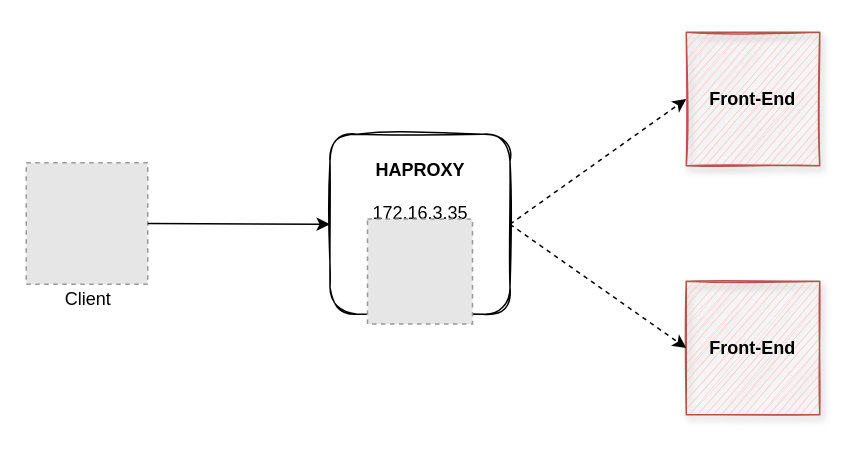
Before: Presentazione/Diagramma2.drawio in unipi-fr/CloudProgramming, a draw.io diagram. Source tidied: cells renumbered, new cells numbered last; positions are measured from the earlier drawing's top-left corner, leaving out a move shared by most shapes. Both pictures are drawn from the tidied source at 150%, with x=0, y=0 at pixel (26, 32). Pictures stored in the file or linked from it are replaced by grey dashed boxes.
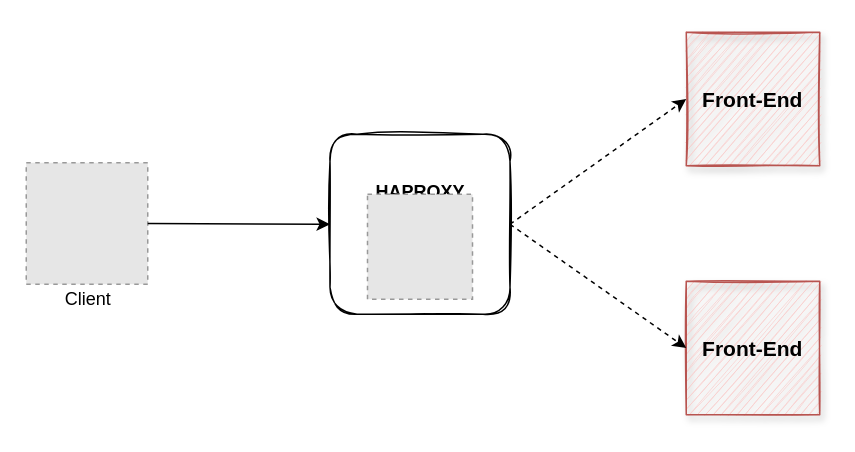
Above is the later version.

The edit, as a diff of the source:
```diff
@@
 <mxGraphModel>
   <root>
     <mxCell id="0" />
     <mxCell id="1" parent="0" />
-    <mxCell id="2" value="&lt;b&gt;HAPROXY&lt;/b&gt;&lt;br&gt;&lt;br&gt;172.16.3.35&lt;br&gt;&lt;br&gt;&lt;br&gt;&lt;br&gt;" style="whiteSpace=wrap;html=1;shadow=0;sketch=1;rounded=1;glass=0;comic=0;" parent="1" vertex="1">
+    <mxCell id="2" value="&lt;b&gt;HAPROXY&lt;br&gt;&lt;/b&gt;&lt;br&gt;&lt;br&gt;&lt;br&gt;" style="whiteSpace=wrap;html=1;shadow=0;sketch=1;rounded=1;glass=0;comic=0;" parent="1" vertex="1">
       <mxGeometry x="202.5" y="68" width="120" height="120" as="geometry" />
     </mxCell>
-    <mxCell id="3" value="&lt;b&gt;Front-End&lt;/b&gt;" style="whiteSpace=wrap;html=1;shadow=1;sketch=1;fillColor=#f8cecc;strokeColor=#b85450;comic=0;" parent="1" vertex="1">
+    <mxCell id="3" value="&lt;b&gt;&lt;font style=&quot;font-size: 14px&quot;&gt;Front-End&lt;/font&gt;&lt;/b&gt;" style="whiteSpace=wrap;html=1;shadow=1;sketch=1;fillColor=#f8cecc;strokeColor=#b85450;comic=0;" parent="1" vertex="1">
       <mxGeometry x="440" width="89" height="89" as="geometry" />
     </mxCell>
-    <mxCell id="4" value="&lt;b&gt;Front-End&lt;/b&gt;" style="whiteSpace=wrap;html=1;shadow=1;sketch=1;fillColor=#f8cecc;strokeColor=#b85450;comic=0;" parent="1" vertex="1">
+    <mxCell id="4" value="&lt;b&gt;&lt;font style=&quot;font-size: 14px&quot;&gt;Front-End&lt;/font&gt;&lt;/b&gt;" style="whiteSpace=wrap;html=1;shadow=1;sketch=1;fillColor=#f8cecc;strokeColor=#b85450;comic=0;" parent="1" vertex="1">
       <mxGeometry x="440" y="166" width="89" height="89" as="geometry" />
     </mxCell>
     <mxCell id="5" style="fillColor=#E6E6E6;strokeColor=#999999;dashed=1;verticalLabelPosition=bottom;labelBackgroundColor=#ffffff;verticalAlign=top;" parent="1" vertex="1">
       <mxGeometry y="87" width="81" height="81" as="geometry" />
     </mxCell>
     <mxCell id="6" style="endArrow=classic;html=1;exitX=1;exitY=0.5;exitDx=0;exitDy=0;startArrow=none;startFill=0;comic=0;shadow=0;entryX=0;entryY=0.5;entryDx=0;entryDy=0;" parent="1" edge="1" source="5" target="2">
       <mxGeometry relative="1" as="geometry" />
     </mxCell>
     <mxCell id="7" value="Client" style="text;html=1;align=center;verticalAlign=middle;" parent="1" vertex="1">
       <mxGeometry x="15.5" y="168" width="50" height="20" as="geometry" />
     </mxCell>
     <mxCell id="8" style="fillColor=#E6E6E6;strokeColor=#999999;dashed=1;verticalLabelPosition=bottom;labelBackgroundColor=#ffffff;verticalAlign=top;" parent="1" vertex="1">
-      <mxGeometry x="227.5" y="124.5" width="70" height="70" as="geometry" />
+      <mxGeometry x="227.5" y="108" width="70" height="70" as="geometry" />
     </mxCell>
     <mxCell id="9" style="endArrow=classic;html=1;exitX=1;exitY=0.5;exitDx=0;exitDy=0;startArrow=none;startFill=0;comic=0;shadow=0;entryX=0;entryY=0.5;entryDx=0;entryDy=0;dashed=1;" parent="1" edge="1" source="2" target="3">
       <mxGeometry relative="1" as="geometry" />
     </mxCell>
     <mxCell id="10" style="endArrow=classic;html=1;exitX=1;exitY=0.5;exitDx=0;exitDy=0;startArrow=none;startFill=0;comic=0;shadow=0;entryX=0;entryY=0.5;entryDx=0;entryDy=0;dashed=1;" parent="1" edge="1" source="2" target="4">
       <mxGeometry relative="1" as="geometry" />
     </mxCell>
   </root>
 </mxGraphModel>
```
